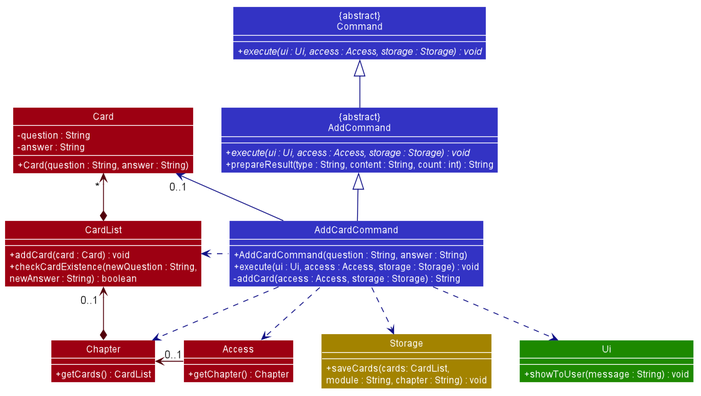
Before: docs/DG_Images/AddCardClassDiagram.png, a diagram exported from PlantUML (nus-cs2113-AY2021S1/tp).
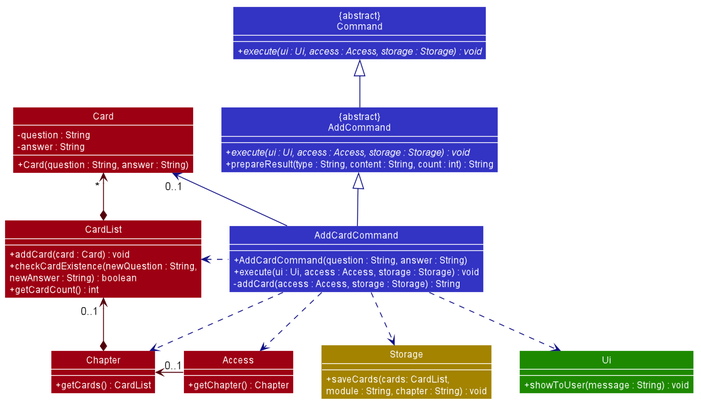
After the commit.

Change to the diagram source:
```diff
@@ -81,6 +81,7 @@
     + addCard(card : Card) : void
     + checkCardExistence(newQuestion : String,
     newAnswer : String) : boolean
+    + getCardCount() : int
 }
 
 Class Storage #A38300 {
```
